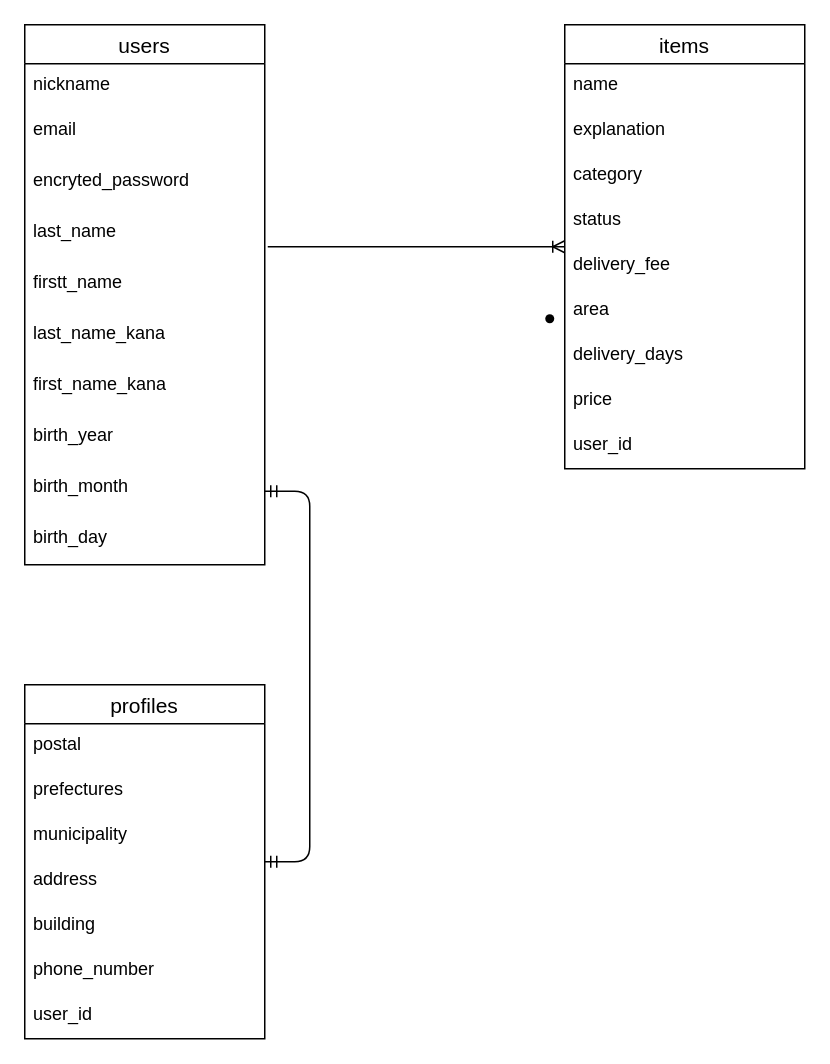
The draw.io diagram furima-37164.dio in iggy0722/furima-37164, before the edit. Source tidied: cells renumbered, new cells numbered last; positions are measured from the earlier drawing's top-left corner, leaving out a move shared by most shapes. Both pictures are drawn from the tidied source at 150%, with x=0, y=0 at pixel (24, 24).
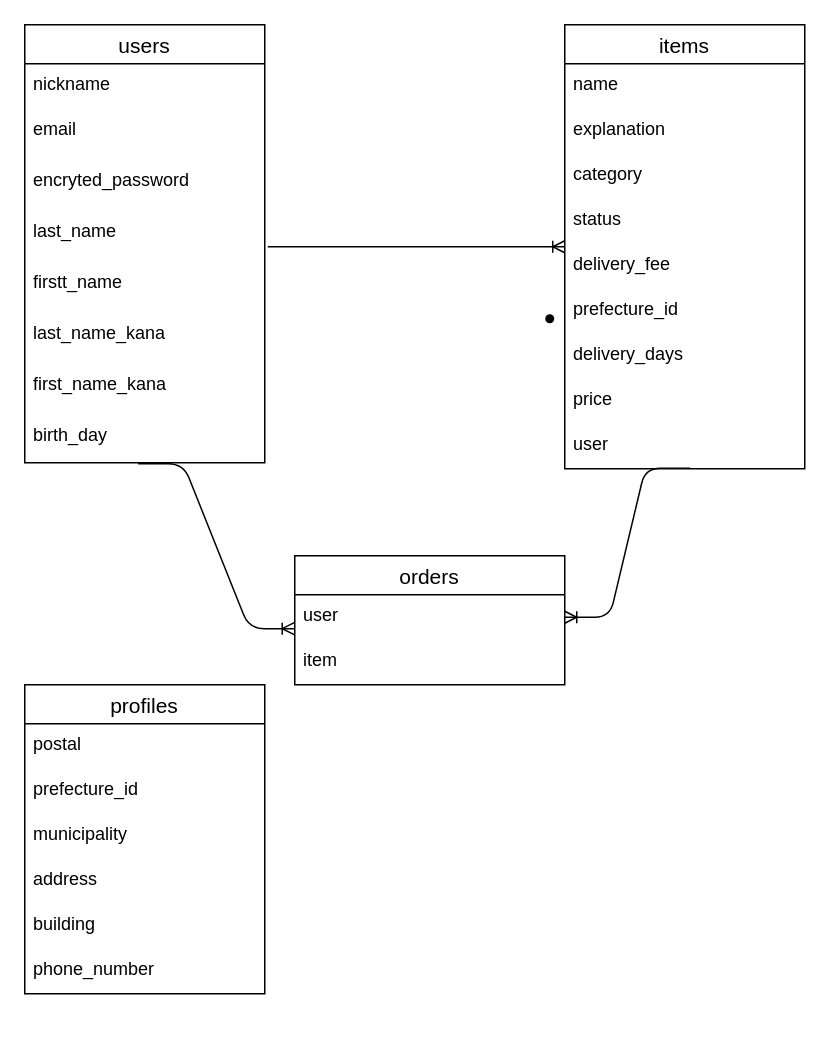
The same page after the edit.

Commit message (it also covers changes not shown here):
ordersテーブル追加

The change refers to these unchanged cells:
```xml
<mxCell id="13" value="items" style="swimlane;fontStyle=0;horizontal=1;startSize=26;align=center;fontSize=14;" parent="1" vertex="1">
  <mxGeometry x="360" width="160" height="296" as="geometry" />
</mxCell>
```

The edit, as a diff of the source:
```diff
@@
     <mxCell id="2" value="users" style="swimlane;fontStyle=0;horizontal=1;startSize=26;align=center;fontSize=14;" parent="1" vertex="1">
-      <mxGeometry width="160" height="360" as="geometry" />
+      <mxGeometry width="160" height="292" as="geometry" />
     </mxCell>
@@
-    <mxCell id="10" value="birth_year" style="text;strokeColor=none;fillColor=none;spacingLeft=4;spacingRight=4;overflow=hidden;fontSize=12;" parent="2" vertex="1">
-      <mxGeometry y="260" width="160" height="34" as="geometry" />
-    </mxCell>
-    <mxCell id="11" value="birth_month" style="text;strokeColor=none;fillColor=none;spacingLeft=4;spacingRight=4;overflow=hidden;points=[[0,0.5],[1,0.5]];portConstraint=eastwest;fontSize=12;" parent="2" vertex="1">
-      <mxGeometry y="294" width="160" height="34" as="geometry" />
-    </mxCell>
     <mxCell id="12" value="birth_day" style="text;strokeColor=none;fillColor=none;spacingLeft=4;spacingRight=4;overflow=hidden;points=[[0,0.5],[1,0.5]];portConstraint=eastwest;fontSize=12;" parent="2" vertex="1">
-      <mxGeometry y="328" width="160" height="32" as="geometry" />
+      <mxGeometry y="260" width="160" height="32" as="geometry" />
     </mxCell>
@@
-    <mxCell id="19" value="area" style="text;strokeColor=none;fillColor=none;spacingLeft=4;spacingRight=4;overflow=hidden;fontSize=12;" parent="13" vertex="1">
+    <mxCell id="19" value="prefecture_id" style="text;strokeColor=none;fillColor=none;spacingLeft=4;spacingRight=4;overflow=hidden;fontSize=12;" parent="13" vertex="1">
       <mxGeometry y="176" width="160" height="30" as="geometry" />
     </mxCell>
@@
-    <mxCell id="22" value="user_id" style="text;strokeColor=none;fillColor=none;spacingLeft=4;spacingRight=4;overflow=hidden;points=[[0,0.5],[1,0.5]];portConstraint=eastwest;fontSize=12;" parent="13" vertex="1">
+    <mxCell id="22" value="user" style="text;strokeColor=none;fillColor=none;spacingLeft=4;spacingRight=4;overflow=hidden;points=[[0,0.5],[1,0.5]];portConstraint=eastwest;fontSize=12;" parent="13" vertex="1">
       <mxGeometry y="266" width="160" height="30" as="geometry" />
     </mxCell>
     <mxCell id="23" value="profiles" style="swimlane;fontStyle=0;horizontal=1;startSize=26;align=center;fontSize=14;" parent="1" vertex="1">
-      <mxGeometry y="440" width="160" height="236" as="geometry" />
+      <mxGeometry y="440" width="160" height="206" as="geometry" />
     </mxCell>
@@
-    <mxCell id="25" value="prefectures" style="text;strokeColor=none;fillColor=none;spacingLeft=4;spacingRight=4;overflow=hidden;fontSize=12;" parent="23" vertex="1">
+    <mxCell id="25" value="prefecture_id" style="text;strokeColor=none;fillColor=none;spacingLeft=4;spacingRight=4;overflow=hidden;fontSize=12;" parent="23" vertex="1">
       <mxGeometry y="56" width="160" height="30" as="geometry" />
     </mxCell>
@@
-    <mxCell id="30" value="user_id" style="text;strokeColor=none;fillColor=none;spacingLeft=4;spacingRight=4;overflow=hidden;fontSize=12;" parent="23" vertex="1">
-      <mxGeometry y="206" width="160" height="30" as="geometry" />
-    </mxCell>
@@
-    <mxCell id="32" style="edgeStyle=entityRelationEdgeStyle;fontSize=12;html=1;endArrow=ERmandOne;startArrow=ERmandOne;" parent="1" edge="1" target="11">
-      <mxGeometry relative="1" as="geometry">
-        <mxPoint x="160" y="558" as="sourcePoint" />
-      </mxGeometry>
-    </mxCell>
@@
+    <mxCell id="34" value="orders" style="swimlane;fontStyle=0;horizontal=1;startSize=26;align=center;fontSize=14;" parent="1" vertex="1">
+      <mxGeometry x="180" y="354" width="180" height="86" as="geometry" />
+    </mxCell>
+    <mxCell id="35" value="user" style="text;strokeColor=none;fillColor=none;spacingLeft=4;spacingRight=4;overflow=hidden;points=[[0,0.5],[1,0.5]];portConstraint=eastwest;fontSize=12;" parent="34" vertex="1">
+      <mxGeometry y="26" width="180" height="30" as="geometry" />
+    </mxCell>
+    <mxCell id="36" value="item" style="text;strokeColor=none;fillColor=none;spacingLeft=4;spacingRight=4;overflow=hidden;fontSize=12;" parent="34" vertex="1">
+      <mxGeometry y="56" width="180" height="30" as="geometry" />
+    </mxCell>
+    <mxCell id="37" style="edgeStyle=entityRelationEdgeStyle;fontSize=12;html=1;endArrow=ERoneToMany;exitX=0.473;exitY=1.019;exitDx=0;exitDy=0;exitPerimeter=0;entryX=-0.002;entryY=0.753;entryDx=0;entryDy=0;entryPerimeter=0;" parent="1" edge="1" source="12" target="35">
+      <mxGeometry relative="1" as="geometry" />
+    </mxCell>
+    <mxCell id="38" style="edgeStyle=entityRelationEdgeStyle;fontSize=12;html=1;endArrow=ERoneToMany;exitX=0.523;exitY=0.987;exitDx=0;exitDy=0;exitPerimeter=0;" parent="1" edge="1" source="22" target="35">
+      <mxGeometry relative="1" as="geometry" />
+    </mxCell>
```
